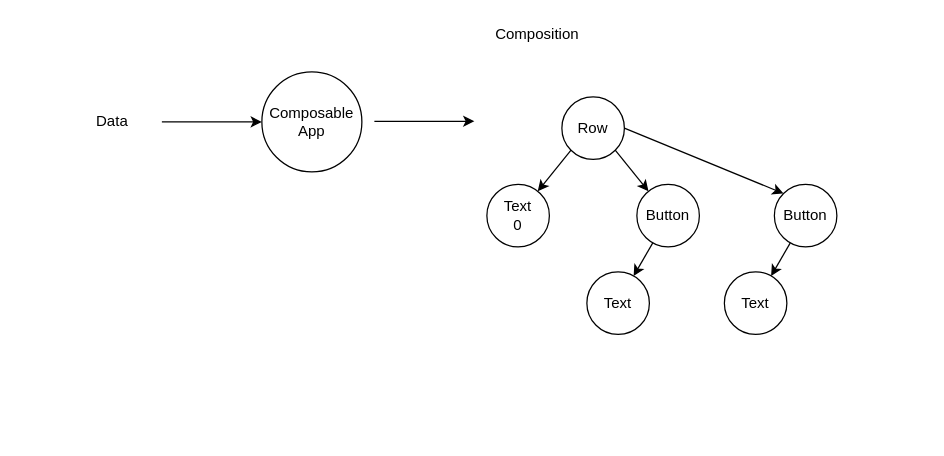
Earlier version of the draw.io diagram page "Composition" (3 of 5) of diagrams/Aula-15.drawio (isel-leic-tds/2122i-LEIC31D). Source tidied: cells renumbered, new cells numbered last; positions are measured from the earlier drawing's top-left corner, leaving out a move shared by most shapes. Both pictures are drawn from the tidied source at 125%, with x=0, y=0 at pixel (86, 21).
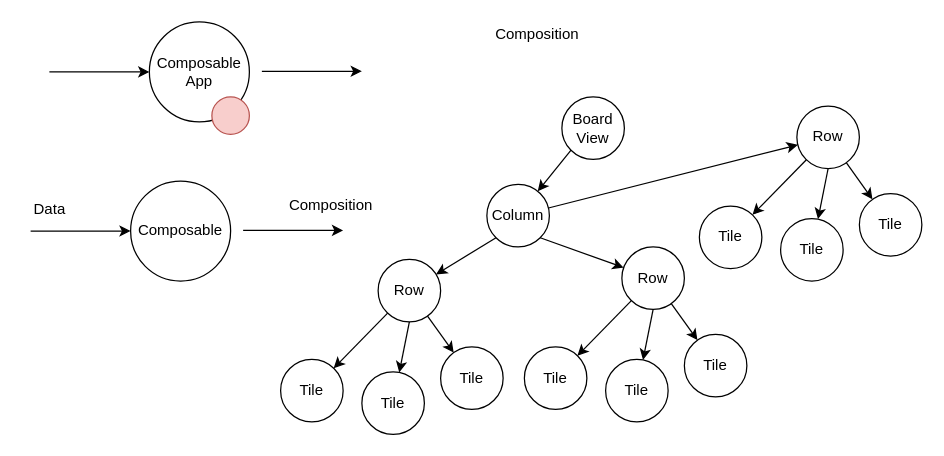
The same page after the edit.

What changed in the source:
```diff
@@
     <mxCell id="2" value="Composable&lt;br&gt;App" style="ellipse;whiteSpace=wrap;html=1;" parent="1" vertex="1">
-      <mxGeometry x="140" y="40" width="80" height="80" as="geometry" />
+      <mxGeometry x="50" width="80" height="80" as="geometry" />
     </mxCell>
     <mxCell id="3" style="endArrow=classic;html=1;rounded=0;entryX=0;entryY=0.5;entryDx=0;entryDy=0;" parent="1" edge="1" target="2">
       <mxGeometry relative="1" as="geometry">
-        <mxPoint x="60" y="80" as="sourcePoint" />
+        <mxPoint x="-30" y="40" as="sourcePoint" />
       </mxGeometry>
     </mxCell>
-    <mxCell id="4" value="Data" style="text;html=1;align=center;verticalAlign=middle;strokeColor=none;fillColor=none;" parent="1" vertex="1">
-      <mxGeometry y="70" width="40" height="20" as="geometry" />
-    </mxCell>
@@
     <mxCell id="6" style="endArrow=classic;html=1;rounded=0;entryX=0;entryY=0.5;entryDx=0;entryDy=0;" parent="1" edge="1">
       <mxGeometry relative="1" as="geometry">
-        <mxPoint x="230" y="79.5" as="sourcePoint" />
-        <mxPoint x="310" y="79.5" as="targetPoint" />
+        <mxPoint x="140" y="39.5" as="sourcePoint" />
+        <mxPoint x="220" y="39.5" as="targetPoint" />
       </mxGeometry>
     </mxCell>
-    <mxCell id="7" value="Row" style="ellipse;whiteSpace=wrap;html=1;" parent="1" vertex="1">
+    <mxCell id="7" value="Board&lt;br&gt;View" style="ellipse;whiteSpace=wrap;html=1;" parent="1" vertex="1">
       <mxGeometry x="380" y="60" width="50" height="50" as="geometry" />
     </mxCell>
-    <mxCell id="8" value="Text&lt;br&gt;0" style="ellipse;whiteSpace=wrap;html=1;" parent="1" vertex="1">
+    <mxCell id="8" value="Column" style="ellipse;whiteSpace=wrap;html=1;" parent="1" vertex="1">
       <mxGeometry x="320" y="130" width="50" height="50" as="geometry" />
     </mxCell>
@@
-    <mxCell id="10" value="Button" style="ellipse;whiteSpace=wrap;html=1;" parent="1" vertex="1">
-      <mxGeometry x="440" y="130" width="50" height="50" as="geometry" />
+    <mxCell id="10" value="Row" style="ellipse;whiteSpace=wrap;html=1;" parent="1" vertex="1">
+      <mxGeometry x="233" y="190" width="50" height="50" as="geometry" />
     </mxCell>
-    <mxCell id="11" value="Text" style="ellipse;whiteSpace=wrap;html=1;" parent="1" vertex="1">
-      <mxGeometry x="400" y="200" width="50" height="50" as="geometry" />
+    <mxCell id="11" value="Tile" style="ellipse;whiteSpace=wrap;html=1;" parent="1" vertex="1">
+      <mxGeometry x="283" y="260" width="50" height="50" as="geometry" />
     </mxCell>
@@
-    <mxCell id="13" value="Button" style="ellipse;whiteSpace=wrap;html=1;" parent="1" vertex="1">
-      <mxGeometry x="550" y="130" width="50" height="50" as="geometry" />
-    </mxCell>
-    <mxCell id="14" value="Text" style="ellipse;whiteSpace=wrap;html=1;" parent="1" vertex="1">
-      <mxGeometry x="510" y="200" width="50" height="50" as="geometry" />
-    </mxCell>
-    <mxCell id="15" style="endArrow=classic;html=1;rounded=0;" parent="1" edge="1" source="13" target="14">
-      <mxGeometry relative="1" as="geometry" />
-    </mxCell>
-    <mxCell id="16" style="endArrow=classic;html=1;rounded=0;exitX=1;exitY=1;exitDx=0;exitDy=0;" parent="1" edge="1" source="7" target="10">
+    <mxCell id="16" style="endArrow=classic;html=1;rounded=0;exitX=0;exitY=1;exitDx=0;exitDy=0;" parent="1" edge="1" source="8" target="10">
       <mxGeometry relative="1" as="geometry" />
     </mxCell>
-    <mxCell id="17" style="endArrow=classic;html=1;rounded=0;exitX=1;exitY=0.5;exitDx=0;exitDy=0;entryX=0;entryY=0;entryDx=0;entryDy=0;" parent="1" edge="1" source="7" target="13">
-      <mxGeometry relative="1" as="geometry" />
-    </mxCell>
+    <mxCell id="18" style="ellipse;whiteSpace=wrap;html=1;fillColor=#f8cecc;strokeColor=#b85450;" parent="1" vertex="1">
+      <mxGeometry x="100" y="60" width="30" height="30" as="geometry" />
+    </mxCell>
+    <mxCell id="19" value="Tile" style="ellipse;whiteSpace=wrap;html=1;" parent="1" vertex="1">
+      <mxGeometry x="220" y="280" width="50" height="50" as="geometry" />
+    </mxCell>
+    <mxCell id="20" value="Tile" style="ellipse;whiteSpace=wrap;html=1;" parent="1" vertex="1">
+      <mxGeometry x="155" y="270" width="50" height="50" as="geometry" />
+    </mxCell>
+    <mxCell id="21" style="endArrow=classic;html=1;rounded=0;" parent="1" edge="1" source="10" target="20">
+      <mxGeometry relative="1" as="geometry" />
+    </mxCell>
+    <mxCell id="22" style="endArrow=classic;html=1;rounded=0;exitX=0.5;exitY=1;exitDx=0;exitDy=0;" parent="1" edge="1" source="10" target="19">
+      <mxGeometry relative="1" as="geometry" />
+    </mxCell>
+    <mxCell id="23" value="Row" style="ellipse;whiteSpace=wrap;html=1;" parent="1" vertex="1">
+      <mxGeometry x="428" y="180" width="50" height="50" as="geometry" />
+    </mxCell>
+    <mxCell id="24" value="Tile" style="ellipse;whiteSpace=wrap;html=1;" parent="1" vertex="1">
+      <mxGeometry x="478" y="250" width="50" height="50" as="geometry" />
+    </mxCell>
+    <mxCell id="25" style="endArrow=classic;html=1;rounded=0;" parent="1" edge="1" source="23" target="24">
+      <mxGeometry relative="1" as="geometry" />
+    </mxCell>
+    <mxCell id="26" value="Tile" style="ellipse;whiteSpace=wrap;html=1;" parent="1" vertex="1">
+      <mxGeometry x="415" y="270" width="50" height="50" as="geometry" />
+    </mxCell>
+    <mxCell id="27" value="Tile" style="ellipse;whiteSpace=wrap;html=1;" parent="1" vertex="1">
+      <mxGeometry x="350" y="260" width="50" height="50" as="geometry" />
+    </mxCell>
+    <mxCell id="28" style="endArrow=classic;html=1;rounded=0;" parent="1" edge="1" source="23" target="27">
+      <mxGeometry relative="1" as="geometry" />
+    </mxCell>
+    <mxCell id="29" style="endArrow=classic;html=1;rounded=0;exitX=0.5;exitY=1;exitDx=0;exitDy=0;" parent="1" edge="1" source="23" target="26">
+      <mxGeometry relative="1" as="geometry" />
+    </mxCell>
+    <mxCell id="30" style="endArrow=classic;html=1;rounded=0;exitX=1;exitY=1;exitDx=0;exitDy=0;" parent="1" edge="1" source="8" target="23">
+      <mxGeometry relative="1" as="geometry" />
+    </mxCell>
+    <mxCell id="31" value="Row" style="ellipse;whiteSpace=wrap;html=1;" parent="1" vertex="1">
+      <mxGeometry x="568" y="67.3" width="50" height="50" as="geometry" />
+    </mxCell>
+    <mxCell id="32" value="Tile" style="ellipse;whiteSpace=wrap;html=1;" parent="1" vertex="1">
+      <mxGeometry x="618" y="137.3" width="50" height="50" as="geometry" />
+    </mxCell>
+    <mxCell id="33" style="endArrow=classic;html=1;rounded=0;" parent="1" edge="1" source="31" target="32">
+      <mxGeometry relative="1" as="geometry" />
+    </mxCell>
+    <mxCell id="34" value="Tile" style="ellipse;whiteSpace=wrap;html=1;" parent="1" vertex="1">
+      <mxGeometry x="555" y="157.3" width="50" height="50" as="geometry" />
+    </mxCell>
+    <mxCell id="35" value="Tile" style="ellipse;whiteSpace=wrap;html=1;" parent="1" vertex="1">
+      <mxGeometry x="490" y="147.3" width="50" height="50" as="geometry" />
+    </mxCell>
+    <mxCell id="36" style="endArrow=classic;html=1;rounded=0;" parent="1" edge="1" source="31" target="35">
+      <mxGeometry relative="1" as="geometry" />
+    </mxCell>
+    <mxCell id="37" style="endArrow=classic;html=1;rounded=0;exitX=0.5;exitY=1;exitDx=0;exitDy=0;" parent="1" edge="1" source="31" target="34">
+      <mxGeometry relative="1" as="geometry" />
+    </mxCell>
+    <mxCell id="38" style="endArrow=classic;html=1;rounded=0;" parent="1" edge="1" source="8" target="31">
+      <mxGeometry relative="1" as="geometry" />
+    </mxCell>
+    <mxCell id="39" value="Composable" style="ellipse;whiteSpace=wrap;html=1;" parent="1" vertex="1">
+      <mxGeometry x="35" y="127.3" width="80" height="80" as="geometry" />
+    </mxCell>
+    <mxCell id="40" style="endArrow=classic;html=1;rounded=0;entryX=0;entryY=0.5;entryDx=0;entryDy=0;" parent="1" edge="1" target="39">
+      <mxGeometry relative="1" as="geometry">
+        <mxPoint x="-45" y="167.3" as="sourcePoint" />
+      </mxGeometry>
+    </mxCell>
+    <mxCell id="41" style="endArrow=classic;html=1;rounded=0;entryX=0;entryY=0.5;entryDx=0;entryDy=0;" parent="1" edge="1">
+      <mxGeometry relative="1" as="geometry">
+        <mxPoint x="125" y="166.8" as="sourcePoint" />
+        <mxPoint x="205" y="166.8" as="targetPoint" />
+      </mxGeometry>
+    </mxCell>
+    <mxCell id="4" value="Data" style="text;html=1;align=center;verticalAlign=middle;strokeColor=none;fillColor=none;" parent="1" vertex="1">
+      <mxGeometry x="-50" y="140" width="40" height="20" as="geometry" />
+    </mxCell>
+    <mxCell id="42" value="Composition" style="text;html=1;align=center;verticalAlign=middle;strokeColor=none;fillColor=none;" parent="1" vertex="1">
+      <mxGeometry x="155" y="137.3" width="80" height="20" as="geometry" />
+    </mxCell>
```
